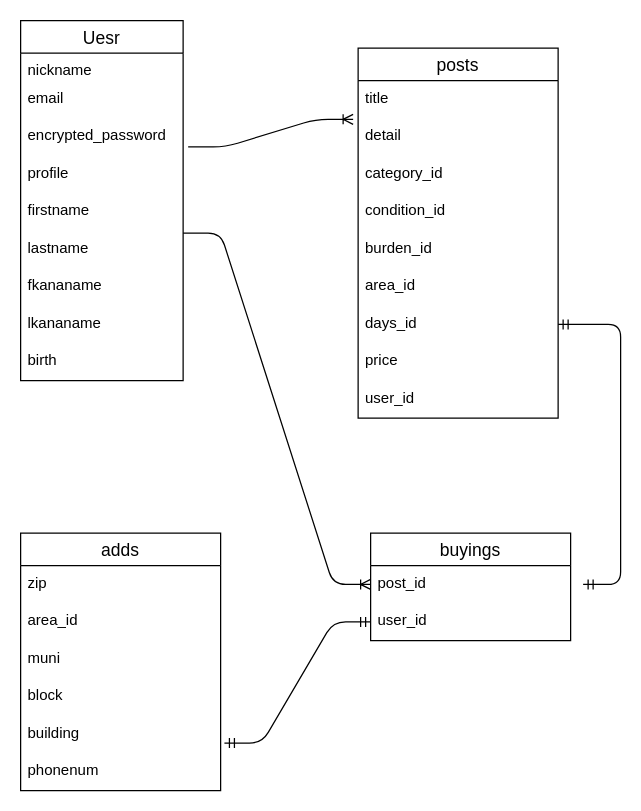
Before: ER.dio in Kohei1204/furima-34284, a draw.io diagram. Source tidied: cells renumbered, new cells numbered last; positions are measured from the earlier drawing's top-left corner, leaving out a move shared by most shapes. Both pictures are drawn from the tidied source at 125%, with x=0, y=0 at pixel (20, 20).
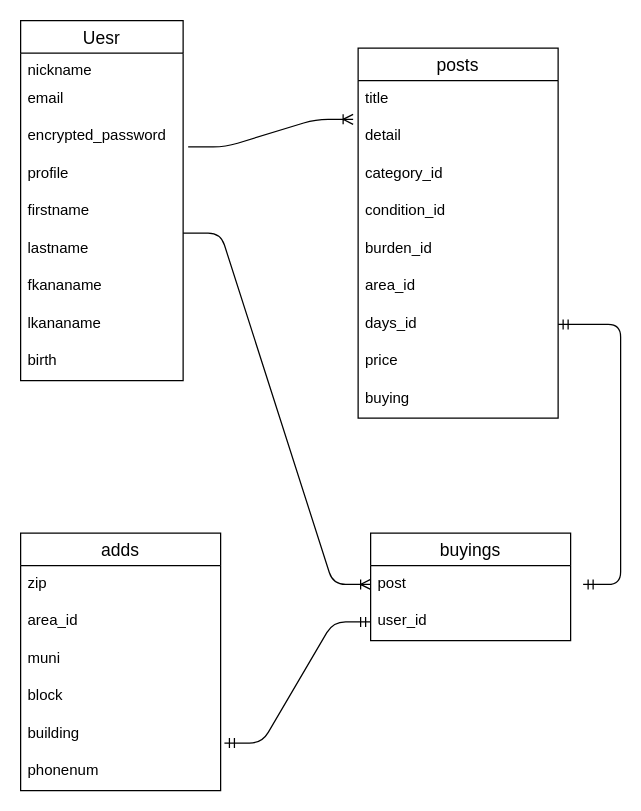
The same page after the edit.

Commit message:
外部キーの設定

Unchanged cells that the change refers to:
```xml
<mxCell id="19" value="posts" style="swimlane;fontStyle=0;horizontal=1;startSize=26;align=center;fontSize=14;" parent="1" vertex="1">
  <mxGeometry x="270" y="22" width="160" height="296" as="geometry" />
</mxCell>
<mxCell id="30" value="buyings" style="swimlane;fontStyle=0;horizontal=1;startSize=26;align=center;fontSize=14;" parent="1" vertex="1">
  <mxGeometry x="280" y="410" width="160" height="86" as="geometry" />
</mxCell>
```

What changed in the source:
```diff
@@
-    <mxCell id="28" value="user_id" style="text;strokeColor=none;fillColor=none;spacingLeft=4;spacingRight=4;overflow=hidden;fontSize=12;" parent="19" vertex="1">
+    <mxCell id="28" value="buying" style="text;strokeColor=none;fillColor=none;spacingLeft=4;spacingRight=4;overflow=hidden;fontSize=12;" parent="19" vertex="1">
       <mxGeometry y="266" width="160" height="30" as="geometry" />
     </mxCell>
@@
-    <mxCell id="31" value="post_id" style="text;strokeColor=none;fillColor=none;spacingLeft=4;spacingRight=4;overflow=hidden;points=[[0,0.5],[1,0.5]];portConstraint=eastwest;fontSize=12;" parent="30" vertex="1">
+    <mxCell id="31" value="post" style="text;strokeColor=none;fillColor=none;spacingLeft=4;spacingRight=4;overflow=hidden;points=[[0,0.5],[1,0.5]];portConstraint=eastwest;fontSize=12;" parent="30" vertex="1">
       <mxGeometry y="26" width="160" height="30" as="geometry" />
     </mxCell>
```
